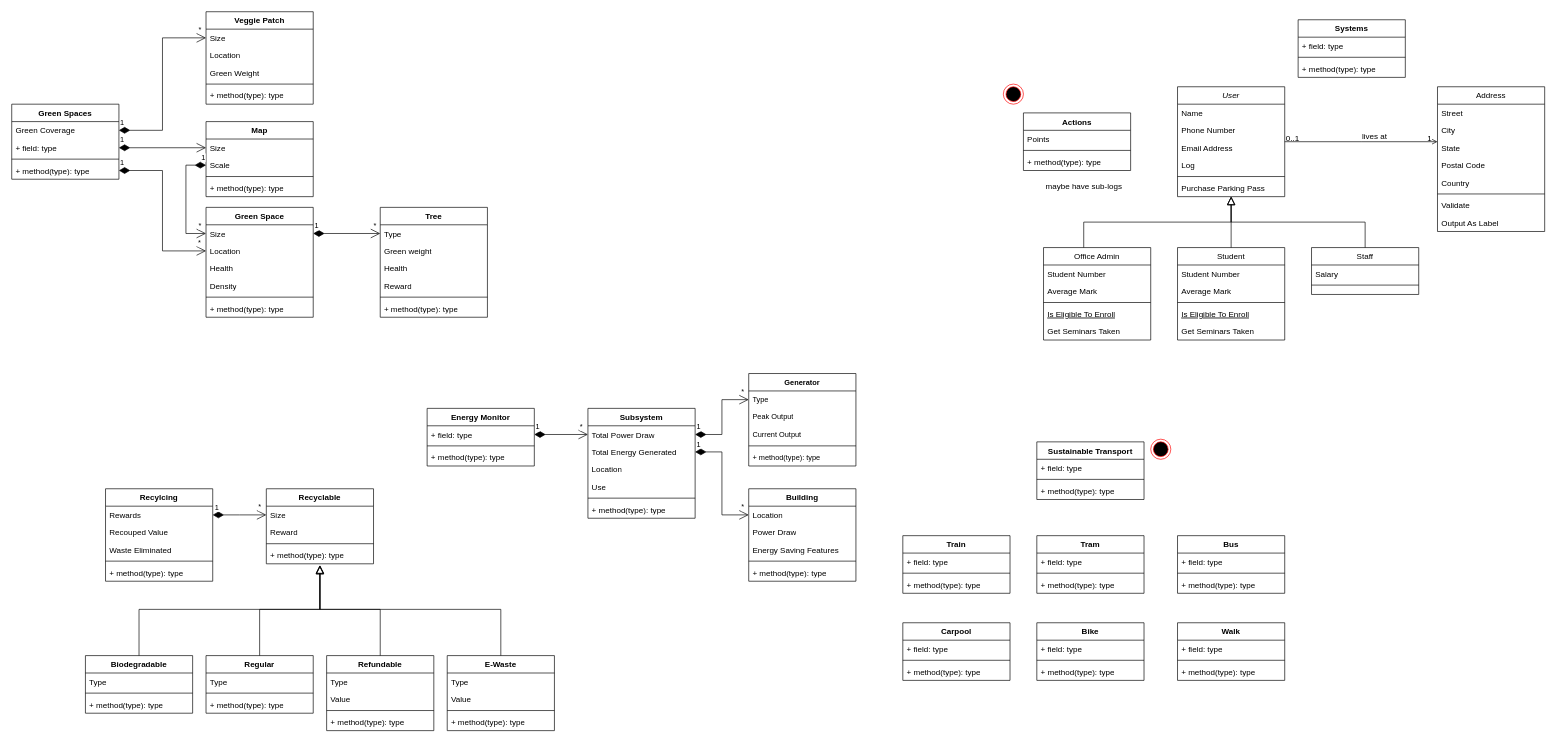
The draw.io diagram Untitled Diagram.drawio in Justang-14/Drawio, before the edit. Source tidied: cells renumbered, new cells numbered last; positions are measured from the earlier drawing's top-left corner, leaving out a move shared by most shapes. Both pictures are drawn from the tidied source at 67%, with x=0, y=0 at pixel (11, 11).
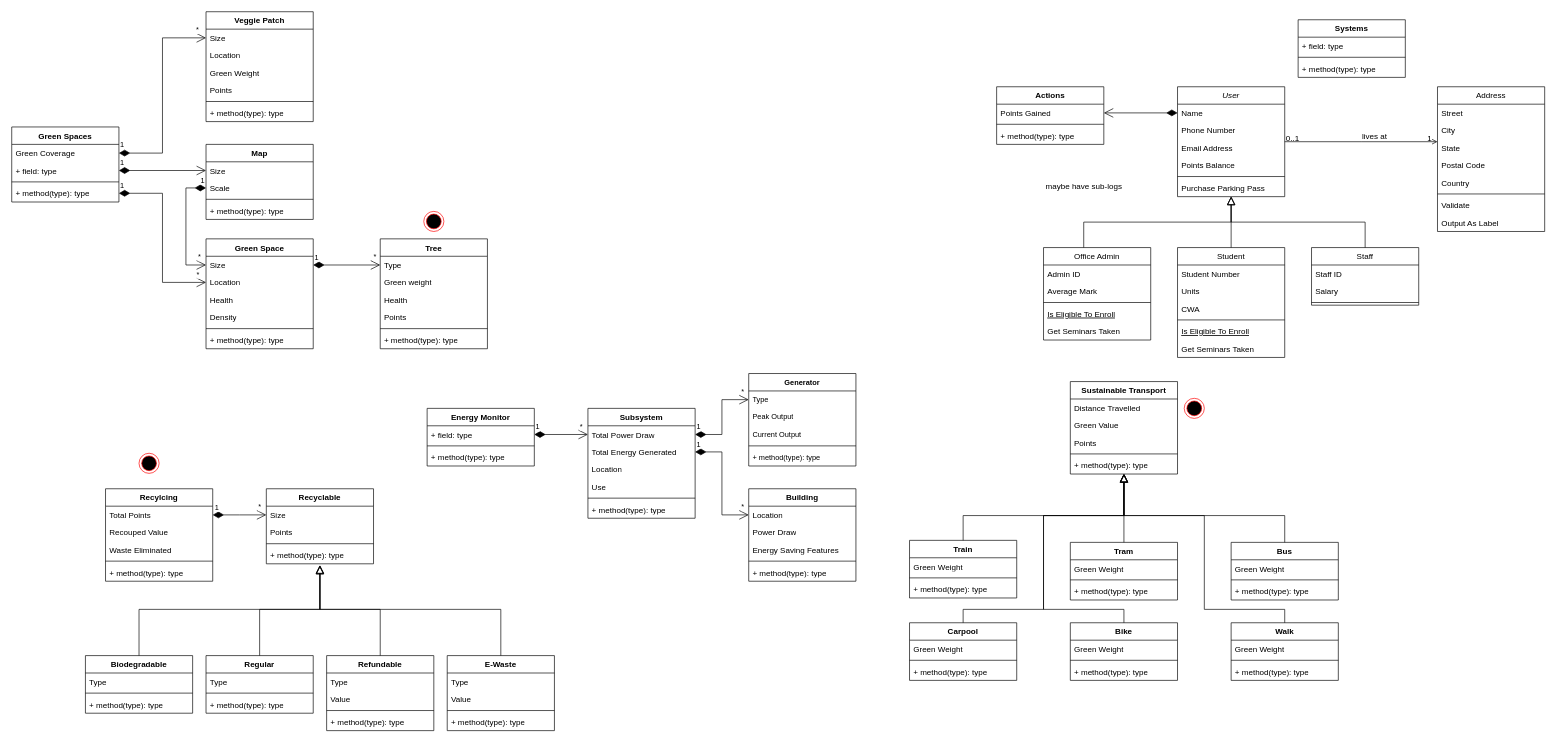
After the change.

Commit message:
Transport linked

The change refers to these unchanged cells:
```xml
<mxCell id="2" value="User" style="swimlane;fontStyle=2;align=center;verticalAlign=top;horizontal=1;startSize=26;rounded=0;shadow=0;strokeWidth=1;" parent="1" vertex="1">
  <mxGeometry x="1740" y="112" width="160" height="164" as="geometry" />
</mxCell>
<mxCell id="3" value="Name" style="text;align=left;verticalAlign=top;spacingLeft=4;spacingRight=4;overflow=hidden;points=[[0,0.5],[1,0.5]];portConstraint=eastwest;" parent="2" vertex="1">
  <mxGeometry y="26" width="160" height="26" as="geometry" />
</mxCell>
<mxCell id="33" value="Office Admin" style="swimlane;fontStyle=0;align=center;verticalAlign=top;horizontal=1;startSize=26;rounded=0;shadow=0;strokeWidth=1;" parent="1" vertex="1">
  <mxGeometry x="1540" y="352" width="160" height="138" as="geometry" />
</mxCell>
<mxCell id="58" value="Recylcing" style="swimlane;fontStyle=1;align=center;verticalAlign=top;horizontal=1;startSize=26;whiteSpace=wrap;html=1;" parent="1" vertex="1">
  <mxGeometry x="140" y="712" width="160" height="138" as="geometry" />
</mxCell>
<mxCell id="157" value="Recyclable" style="swimlane;fontStyle=1;align=center;verticalAlign=top;horizontal=1;startSize=26;whiteSpace=wrap;html=1;" parent="1" vertex="1">
  <mxGeometry x="380" y="712" width="160" height="112" as="geometry" />
</mxCell>
```

The edit, as a diff of the source:
```diff
@@
-    <mxCell id="6" value="Log" style="text;align=left;verticalAlign=top;spacingLeft=4;spacingRight=4;overflow=hidden;rounded=0;shadow=0;html=0;" parent="2" vertex="1">
+    <mxCell id="6" value="Points Balance" style="text;align=left;verticalAlign=top;spacingLeft=4;spacingRight=4;overflow=hidden;rounded=0;shadow=0;html=0;" parent="2" vertex="1">
       <mxGeometry y="104" width="160" height="26" as="geometry" />
     </mxCell>
@@
     <mxCell id="9" value="Student" style="swimlane;fontStyle=0;align=center;verticalAlign=top;horizontal=1;startSize=26;rounded=0;shadow=0;strokeWidth=1;" parent="1" vertex="1">
-      <mxGeometry x="1740" y="352" width="160" height="138" as="geometry" />
+      <mxGeometry x="1740" y="352" width="160" height="164" as="geometry" />
     </mxCell>
@@
+    <mxCell id="188" value="Units" style="text;align=left;verticalAlign=top;spacingLeft=4;spacingRight=4;overflow=hidden;rounded=0;shadow=0;html=0;" parent="9" vertex="1">
+      <mxGeometry y="52" width="160" height="26" as="geometry" />
+    </mxCell>
-    <mxCell id="11" value="Average Mark" style="text;align=left;verticalAlign=top;spacingLeft=4;spacingRight=4;overflow=hidden;rounded=0;shadow=0;html=0;" parent="9" vertex="1">
-      <mxGeometry y="52" width="160" height="26" as="geometry" />
+    <mxCell id="11" value="CWA" style="text;align=left;verticalAlign=top;spacingLeft=4;spacingRight=4;overflow=hidden;rounded=0;shadow=0;html=0;" parent="9" vertex="1">
+      <mxGeometry y="78" width="160" height="26" as="geometry" />
     </mxCell>
     <mxCell id="12" style="line;html=1;strokeWidth=1;align=left;verticalAlign=middle;spacingTop=-1;spacingLeft=3;spacingRight=3;labelPosition=right;" parent="9" vertex="1">
-      <mxGeometry y="78" width="160" height="8" as="geometry" />
+      <mxGeometry y="104" width="160" height="8" as="geometry" />
     </mxCell>
     <mxCell id="13" value="Is Eligible To Enroll" style="text;align=left;verticalAlign=top;spacingLeft=4;spacingRight=4;overflow=hidden;fontStyle=4;" parent="9" vertex="1">
-      <mxGeometry y="86" width="160" height="26" as="geometry" />
+      <mxGeometry y="112" width="160" height="26" as="geometry" />
     </mxCell>
     <mxCell id="14" value="Get Seminars Taken" style="text;align=left;verticalAlign=top;spacingLeft=4;spacingRight=4;overflow=hidden;" parent="9" vertex="1">
-      <mxGeometry y="112" width="160" height="26" as="geometry" />
+      <mxGeometry y="138" width="160" height="26" as="geometry" />
     </mxCell>
@@
     <mxCell id="16" value="Staff" style="swimlane;fontStyle=0;align=center;verticalAlign=top;horizontal=1;startSize=26;rounded=0;shadow=0;strokeWidth=1;" parent="1" vertex="1">
-      <mxGeometry x="1940" y="352" width="160" height="70" as="geometry" />
+      <mxGeometry x="1940" y="352" width="160" height="86" as="geometry" />
     </mxCell>
+    <mxCell id="189" value="Staff ID" style="text;align=left;verticalAlign=top;spacingLeft=4;spacingRight=4;overflow=hidden;" parent="16" vertex="1">
+      <mxGeometry y="26" width="160" height="26" as="geometry" />
+    </mxCell>
     <mxCell id="17" value="Salary" style="text;align=left;verticalAlign=top;spacingLeft=4;spacingRight=4;overflow=hidden;" parent="16" vertex="1">
-      <mxGeometry y="26" width="160" height="26" as="geometry" />
+      <mxGeometry y="52" width="160" height="26" as="geometry" />
     </mxCell>
     <mxCell id="18" style="line;html=1;strokeWidth=1;align=left;verticalAlign=middle;spacingTop=-1;spacingLeft=3;spacingRight=3;labelPosition=right;" parent="16" vertex="1">
-      <mxGeometry y="52" width="160" height="8" as="geometry" />
+      <mxGeometry y="78" width="160" height="8" as="geometry" />
     </mxCell>
@@
-    <mxCell id="34" value="Student Number" style="text;align=left;verticalAlign=top;spacingLeft=4;spacingRight=4;overflow=hidden;" parent="33" vertex="1">
+    <mxCell id="34" value="Admin ID" style="text;align=left;verticalAlign=top;spacingLeft=4;spacingRight=4;overflow=hidden;" parent="33" vertex="1">
       <mxGeometry y="26" width="160" height="26" as="geometry" />
     </mxCell>
@@
     <mxCell id="40" value="Actions" style="swimlane;fontStyle=1;align=center;verticalAlign=top;horizontal=1;startSize=26;whiteSpace=wrap;html=1;" parent="1" vertex="1">
-      <mxGeometry x="1510" y="151" width="160" height="86" as="geometry" />
+      <mxGeometry x="1470" y="112" width="160" height="86" as="geometry" />
     </mxCell>
-    <mxCell id="41" value="Points" style="text;strokeColor=none;fillColor=none;align=left;verticalAlign=top;spacingLeft=4;spacingRight=4;overflow=hidden;points=[[0,0.5],[1,0.5]];portConstraint=eastwest;whiteSpace=wrap;html=1;" parent="40" vertex="1">
+    <mxCell id="41" value="Points Gained" style="text;strokeColor=none;fillColor=none;align=left;verticalAlign=top;spacingLeft=4;spacingRight=4;overflow=hidden;points=[[0,0.5],[1,0.5]];portConstraint=eastwest;whiteSpace=wrap;html=1;" parent="40" vertex="1">
       <mxGeometry y="26" width="160" height="26" as="geometry" />
     </mxCell>
@@
     <mxCell id="44" value="Green Space" style="swimlane;fontStyle=1;align=center;verticalAlign=top;horizontal=1;startSize=26;whiteSpace=wrap;html=1;" parent="1" vertex="1">
-      <mxGeometry x="290" y="292" width="160" height="164" as="geometry" />
+      <mxGeometry x="290" y="339" width="160" height="164" as="geometry" />
     </mxCell>
@@
     <mxCell id="51" value="Tree" style="swimlane;fontStyle=1;align=center;verticalAlign=top;horizontal=1;startSize=26;whiteSpace=wrap;html=1;" parent="1" vertex="1">
-      <mxGeometry x="550" y="292" width="160" height="164" as="geometry" />
+      <mxGeometry x="550" y="339" width="160" height="164" as="geometry" />
     </mxCell>
@@
-    <mxCell id="55" value="Reward" style="text;strokeColor=none;fillColor=none;align=left;verticalAlign=top;spacingLeft=4;spacingRight=4;overflow=hidden;whiteSpace=wrap;html=1;" parent="51" vertex="1">
+    <mxCell id="55" value="Points" style="text;strokeColor=none;fillColor=none;align=left;verticalAlign=top;spacingLeft=4;spacingRight=4;overflow=hidden;whiteSpace=wrap;html=1;" parent="51" vertex="1">
       <mxGeometry y="104" width="160" height="26" as="geometry" />
     </mxCell>
@@
-    <mxCell id="59" value="Rewards" style="text;strokeColor=none;fillColor=none;align=left;verticalAlign=top;spacingLeft=4;spacingRight=4;overflow=hidden;points=[[0,0.5],[1,0.5]];portConstraint=eastwest;whiteSpace=wrap;html=1;" parent="58" vertex="1">
+    <mxCell id="59" value="Total Points" style="text;strokeColor=none;fillColor=none;align=left;verticalAlign=top;spacingLeft=4;spacingRight=4;overflow=hidden;points=[[0,0.5],[1,0.5]];portConstraint=eastwest;whiteSpace=wrap;html=1;" parent="58" vertex="1">
       <mxGeometry y="26" width="160" height="26" as="geometry" />
     </mxCell>
@@
     <mxCell id="86" style="ellipse;html=1;shape=endState;fillColor=#000000;strokeColor=#ff0000;" parent="1" vertex="1">
-      <mxGeometry x="1480" y="108" width="30" height="30" as="geometry" />
+      <mxGeometry x="615" y="298" width="30" height="30" as="geometry" />
     </mxCell>
@@
     <mxCell id="97" value="Map" style="swimlane;fontStyle=1;align=center;verticalAlign=top;horizontal=1;startSize=26;whiteSpace=wrap;html=1;" parent="1" vertex="1">
-      <mxGeometry x="290" y="164" width="160" height="112" as="geometry" />
+      <mxGeometry x="290" y="198" width="160" height="112" as="geometry" />
     </mxCell>
@@
     <mxCell id="102" value="Green Spaces" style="swimlane;fontStyle=1;align=center;verticalAlign=top;horizontal=1;startSize=26;whiteSpace=wrap;html=1;" parent="1" vertex="1">
-      <mxGeometry y="138" width="160" height="112" as="geometry" />
+      <mxGeometry y="172" width="160" height="112" as="geometry" />
     </mxCell>
@@
     <mxCell id="107" value="Sustainable Transport" style="swimlane;fontStyle=1;align=center;verticalAlign=top;horizontal=1;startSize=26;whiteSpace=wrap;html=1;" parent="1" vertex="1">
-      <mxGeometry x="1530" y="642" width="160" height="86" as="geometry" />
+      <mxGeometry x="1580" y="552" width="160" height="138" as="geometry" />
     </mxCell>
-    <mxCell id="108" value="+ field: type" style="text;strokeColor=none;fillColor=none;align=left;verticalAlign=top;spacingLeft=4;spacingRight=4;overflow=hidden;whiteSpace=wrap;html=1;" parent="107" vertex="1">
+    <mxCell id="108" value="Distance Travelled" style="text;strokeColor=none;fillColor=none;align=left;verticalAlign=top;spacingLeft=4;spacingRight=4;overflow=hidden;whiteSpace=wrap;html=1;" parent="107" vertex="1">
       <mxGeometry y="26" width="160" height="26" as="geometry" />
     </mxCell>
+    <mxCell id="190" value="Green Value" style="text;strokeColor=none;fillColor=none;align=left;verticalAlign=top;spacingLeft=4;spacingRight=4;overflow=hidden;whiteSpace=wrap;html=1;" parent="107" vertex="1">
+      <mxGeometry y="52" width="160" height="26" as="geometry" />
+    </mxCell>
+    <mxCell id="191" value="Points" style="text;strokeColor=none;fillColor=none;align=left;verticalAlign=top;spacingLeft=4;spacingRight=4;overflow=hidden;whiteSpace=wrap;html=1;" parent="107" vertex="1">
+      <mxGeometry y="78" width="160" height="26" as="geometry" />
+    </mxCell>
     <mxCell id="109" style="line;strokeWidth=1;fillColor=none;align=left;verticalAlign=middle;spacingTop=-1;spacingLeft=3;spacingRight=3;labelPosition=right;strokeColor=inherit;" parent="107" vertex="1">
-      <mxGeometry y="52" width="160" height="8" as="geometry" />
+      <mxGeometry y="104" width="160" height="8" as="geometry" />
     </mxCell>
     <mxCell id="110" value="+ method(type): type" style="text;strokeColor=none;fillColor=none;align=left;verticalAlign=top;spacingLeft=4;spacingRight=4;overflow=hidden;points=[[0,0.5],[1,0.5]];portConstraint=eastwest;whiteSpace=wrap;html=1;" parent="107" vertex="1">
-      <mxGeometry y="60" width="160" height="26" as="geometry" />
+      <mxGeometry y="112" width="160" height="26" as="geometry" />
     </mxCell>
     <mxCell id="111" value="Tram" style="swimlane;fontStyle=1;align=center;verticalAlign=top;horizontal=1;startSize=26;whiteSpace=wrap;html=1;" parent="1" vertex="1">
-      <mxGeometry x="1530" y="782" width="160" height="86" as="geometry" />
+      <mxGeometry x="1580" y="792" width="160" height="86" as="geometry" />
     </mxCell>
-    <mxCell id="112" value="+ field: type" style="text;strokeColor=none;fillColor=none;align=left;verticalAlign=top;spacingLeft=4;spacingRight=4;overflow=hidden;whiteSpace=wrap;html=1;" parent="111" vertex="1">
+    <mxCell id="112" value="Green Weight" style="text;strokeColor=none;fillColor=none;align=left;verticalAlign=top;spacingLeft=4;spacingRight=4;overflow=hidden;whiteSpace=wrap;html=1;" parent="111" vertex="1">
       <mxGeometry y="26" width="160" height="26" as="geometry" />
     </mxCell>
@@
     <mxCell id="115" value="Train" style="swimlane;fontStyle=1;align=center;verticalAlign=top;horizontal=1;startSize=26;whiteSpace=wrap;html=1;" parent="1" vertex="1">
-      <mxGeometry x="1330" y="782" width="160" height="86" as="geometry" />
+      <mxGeometry x="1340" y="789" width="160" height="86" as="geometry" />
     </mxCell>
-    <mxCell id="116" value="+ field: type" style="text;strokeColor=none;fillColor=none;align=left;verticalAlign=top;spacingLeft=4;spacingRight=4;overflow=hidden;whiteSpace=wrap;html=1;" parent="115" vertex="1">
+    <mxCell id="116" value="Green Weight" style="text;strokeColor=none;fillColor=none;align=left;verticalAlign=top;spacingLeft=4;spacingRight=4;overflow=hidden;whiteSpace=wrap;html=1;" parent="115" vertex="1">
       <mxGeometry y="26" width="160" height="26" as="geometry" />
     </mxCell>
@@
     <mxCell id="119" value="Bus" style="swimlane;fontStyle=1;align=center;verticalAlign=top;horizontal=1;startSize=26;whiteSpace=wrap;html=1;" parent="1" vertex="1">
-      <mxGeometry x="1740" y="782" width="160" height="86" as="geometry" />
+      <mxGeometry x="1820" y="792" width="160" height="86" as="geometry" />
     </mxCell>
-    <mxCell id="120" value="+ field: type" style="text;strokeColor=none;fillColor=none;align=left;verticalAlign=top;spacingLeft=4;spacingRight=4;overflow=hidden;whiteSpace=wrap;html=1;" parent="119" vertex="1">
+    <mxCell id="120" value="Green Weight" style="text;strokeColor=none;fillColor=none;align=left;verticalAlign=top;spacingLeft=4;spacingRight=4;overflow=hidden;whiteSpace=wrap;html=1;" parent="119" vertex="1">
       <mxGeometry y="26" width="160" height="26" as="geometry" />
     </mxCell>
@@
     <mxCell id="123" value="Carpool" style="swimlane;fontStyle=1;align=center;verticalAlign=top;horizontal=1;startSize=26;whiteSpace=wrap;html=1;" parent="1" vertex="1">
-      <mxGeometry x="1330" y="912" width="160" height="86" as="geometry" />
+      <mxGeometry x="1340" y="912" width="160" height="86" as="geometry" />
     </mxCell>
-    <mxCell id="124" value="+ field: type" style="text;strokeColor=none;fillColor=none;align=left;verticalAlign=top;spacingLeft=4;spacingRight=4;overflow=hidden;whiteSpace=wrap;html=1;" parent="123" vertex="1">
+    <mxCell id="124" value="Green Weight" style="text;strokeColor=none;fillColor=none;align=left;verticalAlign=top;spacingLeft=4;spacingRight=4;overflow=hidden;whiteSpace=wrap;html=1;" parent="123" vertex="1">
       <mxGeometry y="26" width="160" height="26" as="geometry" />
     </mxCell>
@@
     <mxCell id="127" value="Bike" style="swimlane;fontStyle=1;align=center;verticalAlign=top;horizontal=1;startSize=26;whiteSpace=wrap;html=1;" parent="1" vertex="1">
-      <mxGeometry x="1530" y="912" width="160" height="86" as="geometry" />
+      <mxGeometry x="1580" y="912" width="160" height="86" as="geometry" />
     </mxCell>
-    <mxCell id="128" value="+ field: type" style="text;strokeColor=none;fillColor=none;align=left;verticalAlign=top;spacingLeft=4;spacingRight=4;overflow=hidden;whiteSpace=wrap;html=1;" parent="127" vertex="1">
+    <mxCell id="128" value="Green Weight" style="text;strokeColor=none;fillColor=none;align=left;verticalAlign=top;spacingLeft=4;spacingRight=4;overflow=hidden;whiteSpace=wrap;html=1;" parent="127" vertex="1">
       <mxGeometry y="26" width="160" height="26" as="geometry" />
     </mxCell>
@@
     <mxCell id="131" value="Walk" style="swimlane;fontStyle=1;align=center;verticalAlign=top;horizontal=1;startSize=26;whiteSpace=wrap;html=1;" parent="1" vertex="1">
-      <mxGeometry x="1740" y="912" width="160" height="86" as="geometry" />
+      <mxGeometry x="1820" y="912" width="160" height="86" as="geometry" />
     </mxCell>
-    <mxCell id="132" value="+ field: type" style="text;strokeColor=none;fillColor=none;align=left;verticalAlign=top;spacingLeft=4;spacingRight=4;overflow=hidden;whiteSpace=wrap;html=1;" parent="131" vertex="1">
+    <mxCell id="132" value="Green Weight" style="text;strokeColor=none;fillColor=none;align=left;verticalAlign=top;spacingLeft=4;spacingRight=4;overflow=hidden;whiteSpace=wrap;html=1;" parent="131" vertex="1">
       <mxGeometry y="26" width="160" height="26" as="geometry" />
     </mxCell>
@@
     <mxCell id="135" style="ellipse;html=1;shape=endState;fillColor=#000000;strokeColor=#ff0000;" parent="1" vertex="1">
-      <mxGeometry x="1700" y="638" width="30" height="30" as="geometry" />
+      <mxGeometry x="1750" y="577" width="30" height="30" as="geometry" />
     </mxCell>
     <mxCell id="136" value="Veggie Patch" style="swimlane;fontStyle=1;align=center;verticalAlign=top;horizontal=1;startSize=26;whiteSpace=wrap;html=1;" parent="1" vertex="1">
-      <mxGeometry x="290" width="160" height="138" as="geometry" />
+      <mxGeometry x="290" width="160" height="164" as="geometry" />
     </mxCell>
@@
+    <mxCell id="192" value="Points" style="text;strokeColor=none;fillColor=none;align=left;verticalAlign=top;spacingLeft=4;spacingRight=4;overflow=hidden;whiteSpace=wrap;html=1;" parent="136" vertex="1">
+      <mxGeometry y="104" width="160" height="26" as="geometry" />
+    </mxCell>
     <mxCell id="140" style="line;strokeWidth=1;fillColor=none;align=left;verticalAlign=middle;spacingTop=-1;spacingLeft=3;spacingRight=3;labelPosition=right;strokeColor=inherit;" parent="136" vertex="1">
-      <mxGeometry y="104" width="160" height="8" as="geometry" />
+      <mxGeometry y="130" width="160" height="8" as="geometry" />
     </mxCell>
     <mxCell id="141" value="+ method(type): type" style="text;strokeColor=none;fillColor=none;align=left;verticalAlign=top;spacingLeft=4;spacingRight=4;overflow=hidden;whiteSpace=wrap;html=1;" parent="136" vertex="1">
-      <mxGeometry y="112" width="160" height="26" as="geometry" />
+      <mxGeometry y="138" width="160" height="26" as="geometry" />
     </mxCell>
@@
-    <mxCell id="159" value="Reward" style="text;strokeColor=none;fillColor=none;align=left;verticalAlign=top;spacingLeft=4;spacingRight=4;overflow=hidden;whiteSpace=wrap;html=1;" parent="157" vertex="1">
+    <mxCell id="159" value="Points" style="text;strokeColor=none;fillColor=none;align=left;verticalAlign=top;spacingLeft=4;spacingRight=4;overflow=hidden;whiteSpace=wrap;html=1;" parent="157" vertex="1">
       <mxGeometry y="52" width="160" height="26" as="geometry" />
     </mxCell>
@@
+    <mxCell id="193" style="endArrow=block;endSize=10;endFill=0;shadow=0;strokeWidth=1;rounded=0;curved=0;edgeStyle=elbowEdgeStyle;elbow=vertical;exitX=0.5;exitY=0;exitDx=0;exitDy=0;entryX=0.5;entryY=1;entryDx=0;entryDy=0;entryPerimeter=0;" parent="1" edge="1" source="115" target="110">
+      <mxGeometry relative="1" as="geometry">
+        <Array as="points">
+          <mxPoint x="1540" y="752" />
+        </Array>
+      </mxGeometry>
+    </mxCell>
+    <mxCell id="194" style="endArrow=block;endSize=10;endFill=0;shadow=0;strokeWidth=1;rounded=0;curved=0;edgeStyle=elbowEdgeStyle;elbow=vertical;exitX=0.5;exitY=0;exitDx=0;exitDy=0;entryX=0.499;entryY=1.002;entryDx=0;entryDy=0;entryPerimeter=0;" parent="1" edge="1" source="111" target="110">
+      <mxGeometry relative="1" as="geometry" />
+    </mxCell>
+    <mxCell id="195" style="endArrow=block;endSize=10;endFill=0;shadow=0;strokeWidth=1;rounded=0;curved=0;edgeStyle=elbowEdgeStyle;elbow=vertical;exitX=0.5;exitY=0;exitDx=0;exitDy=0;entryX=0.501;entryY=1.002;entryDx=0;entryDy=0;entryPerimeter=0;" parent="1" edge="1" source="119" target="110">
+      <mxGeometry relative="1" as="geometry">
+        <Array as="points">
+          <mxPoint x="1780" y="752" />
+        </Array>
+      </mxGeometry>
+    </mxCell>
+    <mxCell id="196" style="endArrow=block;endSize=10;endFill=0;shadow=0;strokeWidth=1;rounded=0;edgeStyle=orthogonalEdgeStyle;elbow=vertical;exitX=0.5;exitY=0;exitDx=0;exitDy=0;entryX=0.5;entryY=1;entryDx=0;entryDy=0;entryPerimeter=0;" parent="1" edge="1" source="127" target="110">
+      <mxGeometry relative="1" as="geometry">
+        <Array as="points">
+          <mxPoint x="1660" y="892" />
+          <mxPoint x="1540" y="892" />
+          <mxPoint x="1540" y="752" />
+          <mxPoint x="1660" y="752" />
+        </Array>
+      </mxGeometry>
+    </mxCell>
+    <mxCell id="197" style="endArrow=block;endSize=10;endFill=0;shadow=0;strokeWidth=1;rounded=0;edgeStyle=orthogonalEdgeStyle;elbow=vertical;exitX=0.5;exitY=0;exitDx=0;exitDy=0;entryX=0.502;entryY=1.004;entryDx=0;entryDy=0;entryPerimeter=0;" parent="1" edge="1" source="123" target="110">
+      <mxGeometry relative="1" as="geometry">
+        <Array as="points">
+          <mxPoint x="1420" y="892" />
+          <mxPoint x="1540" y="892" />
+          <mxPoint x="1540" y="752" />
+          <mxPoint x="1660" y="752" />
+          <mxPoint x="1660" y="722" />
+          <mxPoint x="1660" y="722" />
+        </Array>
+      </mxGeometry>
+    </mxCell>
+    <mxCell id="198" style="endArrow=block;endSize=10;endFill=0;shadow=0;strokeWidth=1;rounded=0;edgeStyle=orthogonalEdgeStyle;elbow=vertical;exitX=0.5;exitY=0;exitDx=0;exitDy=0;entryX=0.499;entryY=0.995;entryDx=0;entryDy=0;entryPerimeter=0;" parent="1" edge="1" source="131" target="110">
+      <mxGeometry relative="1" as="geometry">
+        <Array as="points">
+          <mxPoint x="1900" y="892" />
+          <mxPoint x="1780" y="892" />
+          <mxPoint x="1780" y="752" />
+          <mxPoint x="1660" y="752" />
+        </Array>
+      </mxGeometry>
+    </mxCell>
+    <mxCell id="199" style="edgeStyle=orthogonalEdgeStyle;shape=connector;rounded=0;jettySize=auto;html=1;exitX=0;exitY=0.5;exitDx=0;exitDy=0;strokeColor=default;align=left;verticalAlign=bottom;fontFamily=Helvetica;fontSize=11;fontColor=default;labelBackgroundColor=default;elbow=vertical;startArrow=diamondThin;startFill=1;startSize=14;endArrow=open;endSize=12;" parent="1" edge="1" source="3" target="41">
+      <mxGeometry relative="1" as="geometry" />
+    </mxCell>
+    <mxCell id="200" style="ellipse;html=1;shape=endState;fillColor=#000000;strokeColor=#ff0000;" parent="1" vertex="1">
+      <mxGeometry x="190" y="659" width="30" height="30" as="geometry" />
+    </mxCell>
```
